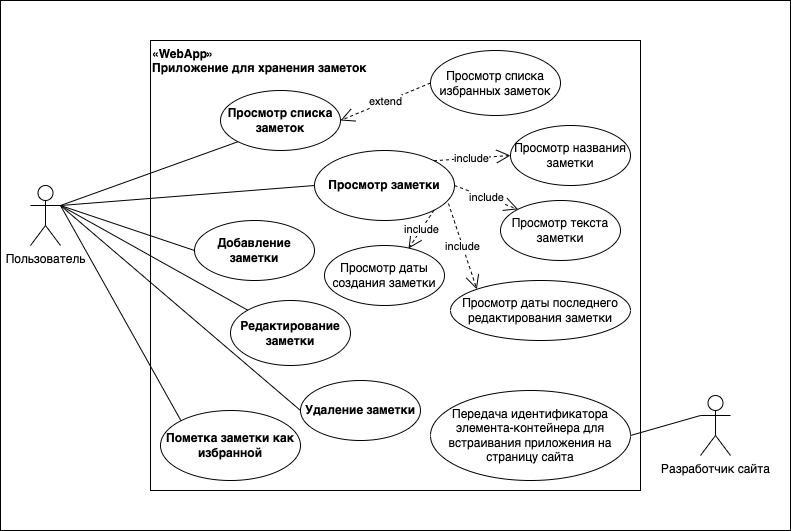
The draw.io diagram NoteKeeper.png in Dmitry-Rosinskiy/Test, before a commit. Source tidied: cells renumbered, new cells last; positions are measured from the earlier drawing's top-left corner, leaving out a move shared by most shapes. Source of this version:
```xml
<mxGraphModel>
  <root>
    <mxCell id="0" />
    <mxCell id="1" parent="0" />
    <mxCell id="2" style="rounded=0;whiteSpace=wrap;html=1;labelBackgroundColor=none;" parent="1" vertex="1">
      <mxGeometry width="790" height="530" as="geometry" />
    </mxCell>
    <mxCell id="3" value="&lt;b&gt;«WebApp»&lt;font face=&quot;Helvetica&quot;&gt;&lt;br&gt;Приложение для хранения заметок&amp;nbsp;&lt;/font&gt;&lt;/b&gt;" style="html=1;whiteSpace=wrap;align=left;horizontal=1;verticalAlign=top;" parent="1" vertex="1">
      <mxGeometry x="150" y="40" width="490" height="450" as="geometry" />
    </mxCell>
    <mxCell id="4" value="Разработчик сайта" style="shape=umlActor;verticalLabelPosition=bottom;verticalAlign=top;html=1;" parent="1" vertex="1">
      <mxGeometry x="700" y="395" width="30" height="60" as="geometry" />
    </mxCell>
    <mxCell id="5" value="Передача идентификатора элемента-контейнера для встраивания приложения на страницу сайта" style="ellipse;whiteSpace=wrap;html=1;" parent="1" vertex="1">
      <mxGeometry x="430" y="390" width="200" height="90" as="geometry" />
    </mxCell>
    <mxCell id="6" style="endArrow=none;html=1;rounded=0;entryX=0;entryY=0.3333333333333333;entryDx=0;entryDy=0;entryPerimeter=0;exitX=1;exitY=0.5;exitDx=0;exitDy=0;" parent="1" edge="1" source="5" target="4">
      <mxGeometry relative="1" as="geometry" />
    </mxCell>
    <mxCell id="7" value="Пользователь" style="shape=umlActor;verticalLabelPosition=bottom;verticalAlign=top;html=1;" parent="1" vertex="1">
      <mxGeometry x="30" y="185" width="30" height="60" as="geometry" />
    </mxCell>
    <mxCell id="8" value="&lt;b&gt;Просмотр списка заметок&lt;/b&gt;" style="ellipse;whiteSpace=wrap;html=1;" parent="1" vertex="1">
      <mxGeometry x="220" y="90" width="120" height="60" as="geometry" />
    </mxCell>
    <mxCell id="9" style="endArrow=none;html=1;rounded=0;exitX=1;exitY=0.3333333333333333;exitDx=0;exitDy=0;exitPerimeter=0;entryX=0;entryY=1;entryDx=0;entryDy=0;" parent="1" edge="1" source="7" target="8">
      <mxGeometry relative="1" as="geometry" />
    </mxCell>
    <mxCell id="10" value="&lt;b&gt;Добавление заметки&lt;/b&gt;" style="ellipse;whiteSpace=wrap;html=1;" parent="1" vertex="1">
      <mxGeometry x="194" y="220" width="120" height="60" as="geometry" />
    </mxCell>
    <mxCell id="11" style="endArrow=none;html=1;rounded=0;entryX=0;entryY=0.5;entryDx=0;entryDy=0;exitX=1;exitY=0.3333333333333333;exitDx=0;exitDy=0;exitPerimeter=0;" parent="1" edge="1" source="7" target="10">
      <mxGeometry relative="1" as="geometry" />
    </mxCell>
    <mxCell id="12" value="&lt;b&gt;Редактирование заметки&lt;/b&gt;" style="ellipse;whiteSpace=wrap;html=1;" parent="1" vertex="1">
      <mxGeometry x="230" y="300" width="120" height="65" as="geometry" />
    </mxCell>
    <mxCell id="13" style="endArrow=none;html=1;rounded=0;entryX=0;entryY=0;entryDx=0;entryDy=0;exitX=1;exitY=0.3333333333333333;exitDx=0;exitDy=0;exitPerimeter=0;" parent="1" edge="1" source="7" target="12">
      <mxGeometry relative="1" as="geometry" />
    </mxCell>
    <mxCell id="14" value="&lt;b&gt;Удаление заметки&lt;/b&gt;" style="ellipse;whiteSpace=wrap;html=1;" parent="1" vertex="1">
      <mxGeometry x="300" y="380" width="120" height="60" as="geometry" />
    </mxCell>
    <mxCell id="15" style="endArrow=none;html=1;rounded=0;entryX=1;entryY=0.3333333333333333;entryDx=0;entryDy=0;entryPerimeter=0;exitX=0;exitY=0.5;exitDx=0;exitDy=0;" parent="1" edge="1" source="14" target="7">
      <mxGeometry relative="1" as="geometry" />
    </mxCell>
    <mxCell id="16" value="&lt;b&gt;Пометка заметки как избранной&lt;/b&gt;" style="ellipse;whiteSpace=wrap;html=1;" parent="1" vertex="1">
      <mxGeometry x="160" y="410" width="140" height="70" as="geometry" />
    </mxCell>
    <mxCell id="17" style="endArrow=none;html=1;rounded=0;exitX=0;exitY=0;exitDx=0;exitDy=0;entryX=1;entryY=0.3333333333333333;entryDx=0;entryDy=0;entryPerimeter=0;" parent="1" edge="1" source="16" target="7">
      <mxGeometry relative="1" as="geometry" />
    </mxCell>
    <mxCell id="18" value="Просмотр списка избранных заметок" style="ellipse;whiteSpace=wrap;html=1;" parent="1" vertex="1">
      <mxGeometry x="430" y="50" width="130" height="65" as="geometry" />
    </mxCell>
    <mxCell id="19" value="extend" style="endArrow=open;endSize=12;dashed=1;html=1;rounded=0;exitX=0;exitY=0.5;exitDx=0;exitDy=0;entryX=1;entryY=0.5;entryDx=0;entryDy=0;" parent="1" edge="1" source="18" target="8">
      <mxGeometry relative="1" as="geometry" />
    </mxCell>
    <mxCell id="20" value="&lt;b&gt;Просмотр заметки&lt;/b&gt;" style="ellipse;whiteSpace=wrap;html=1;" parent="1" vertex="1">
      <mxGeometry x="314" y="150" width="140" height="70" as="geometry" />
    </mxCell>
    <mxCell id="21" style="endArrow=none;html=1;rounded=0;entryX=0;entryY=0.5;entryDx=0;entryDy=0;exitX=1;exitY=0.3333333333333333;exitDx=0;exitDy=0;exitPerimeter=0;" parent="1" edge="1" source="7" target="20">
      <mxGeometry relative="1" as="geometry" />
    </mxCell>
    <mxCell id="22" value="Просмотр названия заметки" style="ellipse;whiteSpace=wrap;html=1;" parent="1" vertex="1">
      <mxGeometry x="510" y="125" width="120" height="60" as="geometry" />
    </mxCell>
    <mxCell id="23" value="include" style="endArrow=open;endSize=12;dashed=1;html=1;rounded=0;exitX=1;exitY=0;exitDx=0;exitDy=0;entryX=0;entryY=0.5;entryDx=0;entryDy=0;" parent="1" edge="1" source="20" target="22">
      <mxGeometry relative="1" as="geometry" />
    </mxCell>
    <mxCell id="24" value="Просмотр текста заметки" style="ellipse;whiteSpace=wrap;html=1;" parent="1" vertex="1">
      <mxGeometry x="500" y="200" width="120" height="60" as="geometry" />
    </mxCell>
    <mxCell id="25" value="include" style="endArrow=open;endSize=12;dashed=1;html=1;rounded=0;exitX=1;exitY=0.5;exitDx=0;exitDy=0;entryX=0;entryY=0;entryDx=0;entryDy=0;" parent="1" edge="1" source="20" target="24">
      <mxGeometry relative="1" as="geometry" />
    </mxCell>
    <mxCell id="26" value="Просмотр даты создания заметки" style="ellipse;whiteSpace=wrap;html=1;" parent="1" vertex="1">
      <mxGeometry x="324" y="245" width="120" height="60" as="geometry" />
    </mxCell>
    <mxCell id="27" value="Просмотр даты последнего редактирования заметки" style="ellipse;whiteSpace=wrap;html=1;" parent="1" vertex="1">
      <mxGeometry x="450" y="280" width="180" height="60" as="geometry" />
    </mxCell>
    <mxCell id="28" value="include" style="endArrow=open;endSize=12;dashed=1;html=1;rounded=0;exitX=1;exitY=1;exitDx=0;exitDy=0;entryX=0.7;entryY=0.05;entryDx=0;entryDy=0;entryPerimeter=0;" parent="1" edge="1" source="20" target="26">
      <mxGeometry relative="1" as="geometry" />
    </mxCell>
    <mxCell id="29" value="include" style="endArrow=open;endSize=12;dashed=1;html=1;rounded=0;entryX=0;entryY=0;entryDx=0;entryDy=0;exitX=0.957;exitY=0.757;exitDx=0;exitDy=0;exitPerimeter=0;" parent="1" edge="1" source="20" target="27">
      <mxGeometry relative="1" as="geometry" />
    </mxCell>
  </root>
</mxGraphModel>
```
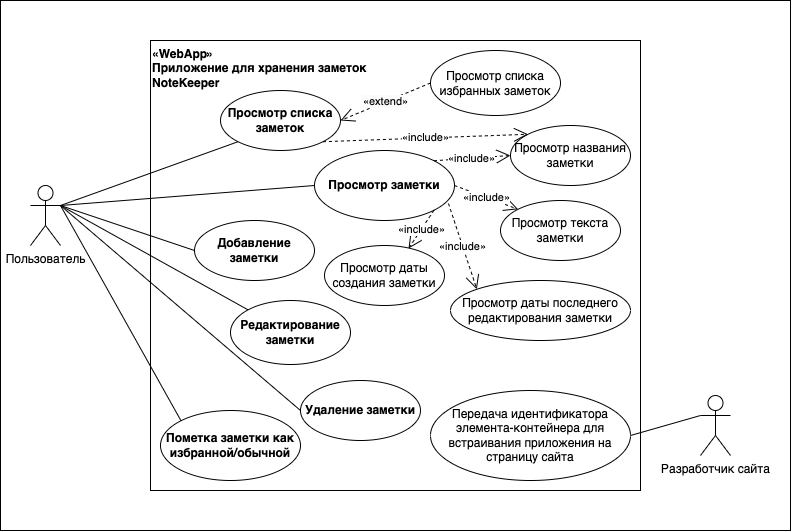
Later version of the same file.

Diff of the diagram source:
```diff
@@ -5,7 +5,7 @@
     <mxCell id="2" style="rounded=0;whiteSpace=wrap;html=1;labelBackgroundColor=none;" parent="1" vertex="1">
       <mxGeometry width="790" height="530" as="geometry" />
     </mxCell>
-    <mxCell id="3" value="&lt;b&gt;«WebApp»&lt;font face=&quot;Helvetica&quot;&gt;&lt;br&gt;Приложение для хранения заметок&amp;nbsp;&lt;/font&gt;&lt;/b&gt;" style="html=1;whiteSpace=wrap;align=left;horizontal=1;verticalAlign=top;" parent="1" vertex="1">
+    <mxCell id="3" value="&lt;b&gt;«WebApp»&lt;font face=&quot;Helvetica&quot;&gt;&lt;br&gt;Приложение для хранения заметок&lt;br&gt;NoteKeeper&lt;br&gt;&lt;/font&gt;&lt;/b&gt;" style="html=1;whiteSpace=wrap;align=left;horizontal=1;verticalAlign=top;" parent="1" vertex="1">
       <mxGeometry x="150" y="40" width="490" height="450" as="geometry" />
     </mxCell>
     <mxCell id="4" value="Разработчик сайта" style="shape=umlActor;verticalLabelPosition=bottom;verticalAlign=top;html=1;" parent="1" vertex="1">
@@ -33,7 +33,7 @@
       <mxGeometry relative="1" as="geometry" />
     </mxCell>
     <mxCell id="12" value="&lt;b&gt;Редактирование заметки&lt;/b&gt;" style="ellipse;whiteSpace=wrap;html=1;" parent="1" vertex="1">
-      <mxGeometry x="230" y="300" width="120" height="65" as="geometry" />
+      <mxGeometry x="230" y="300" width="120" height="64" as="geometry" />
     </mxCell>
     <mxCell id="13" style="endArrow=none;html=1;rounded=0;entryX=0;entryY=0;entryDx=0;entryDy=0;exitX=1;exitY=0.3333333333333333;exitDx=0;exitDy=0;exitPerimeter=0;" parent="1" edge="1" source="7" target="12">
       <mxGeometry relative="1" as="geometry" />
@@ -44,7 +44,7 @@
     <mxCell id="15" style="endArrow=none;html=1;rounded=0;entryX=1;entryY=0.3333333333333333;entryDx=0;entryDy=0;entryPerimeter=0;exitX=0;exitY=0.5;exitDx=0;exitDy=0;" parent="1" edge="1" source="14" target="7">
       <mxGeometry relative="1" as="geometry" />
     </mxCell>
-    <mxCell id="16" value="&lt;b&gt;Пометка заметки как избранной&lt;/b&gt;" style="ellipse;whiteSpace=wrap;html=1;" parent="1" vertex="1">
+    <mxCell id="16" value="&lt;b&gt;Пометка заметки как избранной/обычной&lt;/b&gt;" style="ellipse;whiteSpace=wrap;html=1;" parent="1" vertex="1">
       <mxGeometry x="160" y="410" width="140" height="70" as="geometry" />
     </mxCell>
     <mxCell id="17" style="endArrow=none;html=1;rounded=0;exitX=0;exitY=0;exitDx=0;exitDy=0;entryX=1;entryY=0.3333333333333333;entryDx=0;entryDy=0;entryPerimeter=0;" parent="1" edge="1" source="16" target="7">
@@ -53,7 +53,7 @@
     <mxCell id="18" value="Просмотр списка избранных заметок" style="ellipse;whiteSpace=wrap;html=1;" parent="1" vertex="1">
       <mxGeometry x="430" y="50" width="130" height="65" as="geometry" />
     </mxCell>
-    <mxCell id="19" value="extend" style="endArrow=open;endSize=12;dashed=1;html=1;rounded=0;exitX=0;exitY=0.5;exitDx=0;exitDy=0;entryX=1;entryY=0.5;entryDx=0;entryDy=0;" parent="1" edge="1" source="18" target="8">
+    <mxCell id="19" value="&lt;span style=&quot;border-color: var(--border-color); text-align: left; background-color: rgb(251, 251, 251);&quot;&gt;«extend»&lt;/span&gt;" style="endArrow=open;endSize=12;dashed=1;html=1;rounded=0;exitX=0;exitY=0.5;exitDx=0;exitDy=0;entryX=1;entryY=0.5;entryDx=0;entryDy=0;" parent="1" edge="1" source="18" target="8">
       <mxGeometry relative="1" as="geometry" />
     </mxCell>
     <mxCell id="20" value="&lt;b&gt;Просмотр заметки&lt;/b&gt;" style="ellipse;whiteSpace=wrap;html=1;" parent="1" vertex="1">
@@ -65,13 +65,13 @@
     <mxCell id="22" value="Просмотр названия заметки" style="ellipse;whiteSpace=wrap;html=1;" parent="1" vertex="1">
       <mxGeometry x="510" y="125" width="120" height="60" as="geometry" />
     </mxCell>
-    <mxCell id="23" value="include" style="endArrow=open;endSize=12;dashed=1;html=1;rounded=0;exitX=1;exitY=0;exitDx=0;exitDy=0;entryX=0;entryY=0.5;entryDx=0;entryDy=0;" parent="1" edge="1" source="20" target="22">
-      <mxGeometry relative="1" as="geometry" />
+    <mxCell id="23" value="«include»" style="endArrow=open;endSize=12;dashed=1;html=1;rounded=0;exitX=1;exitY=0;exitDx=0;exitDy=0;entryX=0;entryY=0.5;entryDx=0;entryDy=0;" parent="1" edge="1" source="20" target="22">
+      <mxGeometry x="-0.01" relative="1" as="geometry" />
     </mxCell>
     <mxCell id="24" value="Просмотр текста заметки" style="ellipse;whiteSpace=wrap;html=1;" parent="1" vertex="1">
       <mxGeometry x="500" y="200" width="120" height="60" as="geometry" />
     </mxCell>
-    <mxCell id="25" value="include" style="endArrow=open;endSize=12;dashed=1;html=1;rounded=0;exitX=1;exitY=0.5;exitDx=0;exitDy=0;entryX=0;entryY=0;entryDx=0;entryDy=0;" parent="1" edge="1" source="20" target="24">
+    <mxCell id="25" value="«include»" style="endArrow=open;endSize=12;dashed=1;html=1;rounded=0;exitX=1;exitY=0.5;exitDx=0;exitDy=0;entryX=0;entryY=0;entryDx=0;entryDy=0;" parent="1" edge="1" source="20" target="24">
       <mxGeometry relative="1" as="geometry" />
     </mxCell>
     <mxCell id="26" value="Просмотр даты создания заметки" style="ellipse;whiteSpace=wrap;html=1;" parent="1" vertex="1">
@@ -80,11 +80,14 @@
     <mxCell id="27" value="Просмотр даты последнего редактирования заметки" style="ellipse;whiteSpace=wrap;html=1;" parent="1" vertex="1">
       <mxGeometry x="450" y="280" width="180" height="60" as="geometry" />
     </mxCell>
-    <mxCell id="28" value="include" style="endArrow=open;endSize=12;dashed=1;html=1;rounded=0;exitX=1;exitY=1;exitDx=0;exitDy=0;entryX=0.7;entryY=0.05;entryDx=0;entryDy=0;entryPerimeter=0;" parent="1" edge="1" source="20" target="26">
+    <mxCell id="28" value="«include»" style="endArrow=open;endSize=12;dashed=1;html=1;rounded=0;exitX=1;exitY=1;exitDx=0;exitDy=0;entryX=0.7;entryY=0.05;entryDx=0;entryDy=0;entryPerimeter=0;" parent="1" edge="1" source="20" target="26">
       <mxGeometry relative="1" as="geometry" />
     </mxCell>
-    <mxCell id="29" value="include" style="endArrow=open;endSize=12;dashed=1;html=1;rounded=0;entryX=0;entryY=0;entryDx=0;entryDy=0;exitX=0.957;exitY=0.757;exitDx=0;exitDy=0;exitPerimeter=0;" parent="1" edge="1" source="20" target="27">
+    <mxCell id="29" value="«include»" style="endArrow=open;endSize=12;dashed=1;html=1;rounded=0;entryX=0;entryY=0;entryDx=0;entryDy=0;exitX=0.957;exitY=0.757;exitDx=0;exitDy=0;exitPerimeter=0;" parent="1" edge="1" source="20" target="27">
       <mxGeometry relative="1" as="geometry" />
     </mxCell>
+    <mxCell id="30" value="«include»" style="endArrow=open;endSize=12;dashed=1;html=1;rounded=0;exitX=1;exitY=1;exitDx=0;exitDy=0;entryX=0;entryY=0;entryDx=0;entryDy=0;" parent="1" edge="1" source="8" target="22">
+      <mxGeometry relative="1" as="geometry" />
+    </mxCell>
   </root>
 </mxGraphModel>
```
